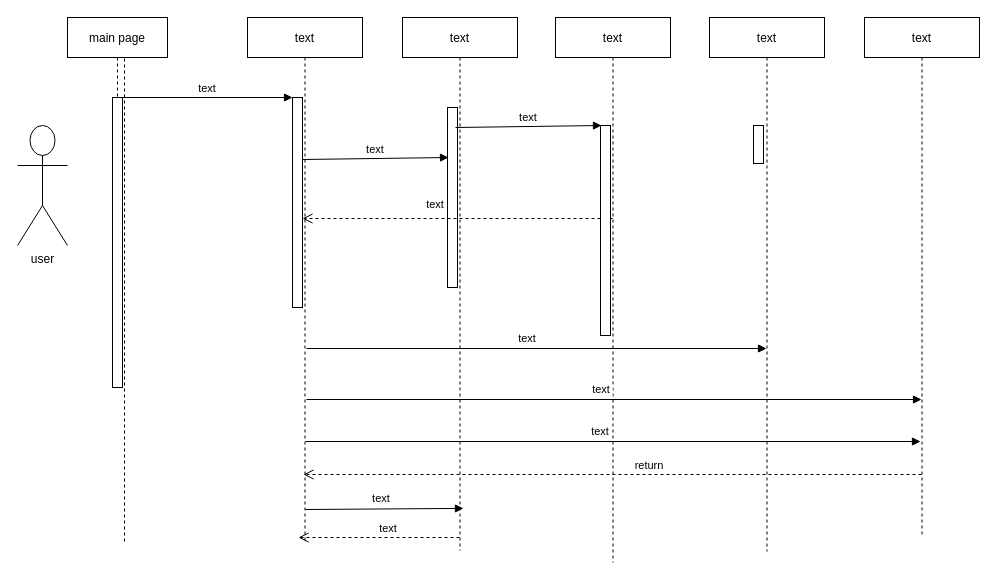
Earlier version of the draw.io diagram seqhcharge.drawio (shamaabuhassan/Charts). Source tidied: cells renumbered, new cells numbered last; positions are measured from the earlier drawing's top-left corner, leaving out a move shared by most shapes. Both pictures are drawn from the tidied source at 100%, with x=0, y=0 at pixel (17, 17).
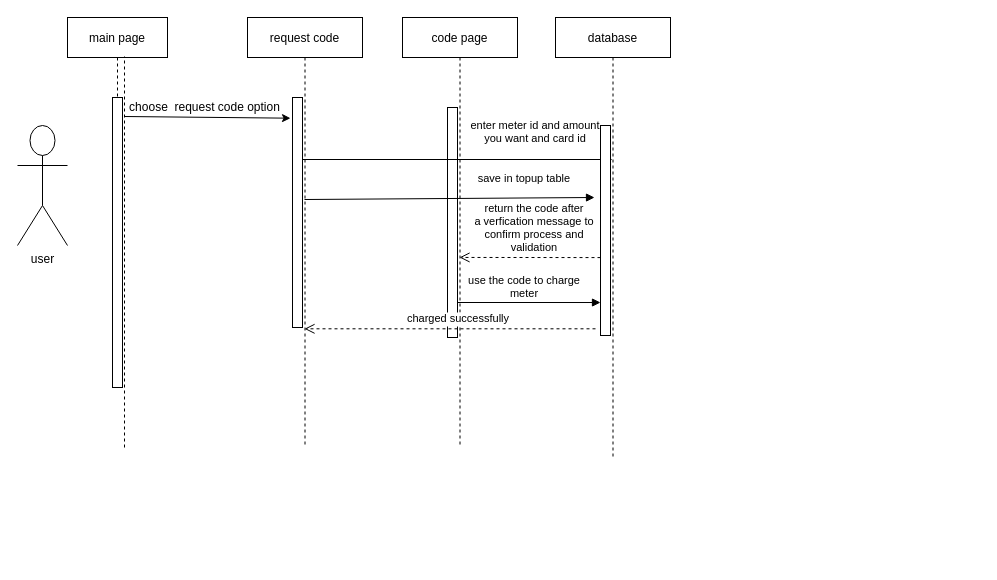
Above is the later version.

The change refers to these unchanged cells:
```xml
<mxCell id="3" style="points=[];perimeter=orthogonalPerimeter;rounded=0;shadow=0;strokeWidth=1;" parent="2" vertex="1">
  <mxGeometry x="45" y="80" width="10" height="290" as="geometry" />
</mxCell>
```

What changed in the source:
```diff
@@
-    <mxCell id="4" value="text" style="shape=umlLifeline;perimeter=lifelinePerimeter;rounded=0;shadow=0;strokeWidth=1;" parent="1" vertex="1">
-      <mxGeometry x="230" width="115" height="523" as="geometry" />
-    </mxCell>
-    <mxCell id="5" style="points=[];perimeter=orthogonalPerimeter;rounded=0;shadow=0;strokeWidth=1;" parent="4" vertex="1">
-      <mxGeometry x="45" y="80" width="10" height="210" as="geometry" />
-    </mxCell>
-    <mxCell id="6" value="return" style="verticalAlign=bottom;endArrow=open;dashed=1;endSize=8;shadow=0;strokeWidth=1;" parent="1" edge="1">
-      <mxGeometry x="-0.12" relative="1" as="geometry">
-        <mxPoint x="904" y="457" as="sourcePoint" />
-        <mxPoint x="286" y="457" as="targetPoint" />
-      </mxGeometry>
-    </mxCell>
-    <mxCell id="7" value="text" style="verticalAlign=bottom;endArrow=block;entryX=0;entryY=0;shadow=0;strokeWidth=1;" parent="1" edge="1" source="3" target="5">
-      <mxGeometry relative="1" as="geometry" />
-    </mxCell>
+    <mxCell id="25" value="request code" style="shape=umlLifeline;perimeter=lifelinePerimeter;rounded=0;shadow=0;strokeWidth=1;" parent="1" vertex="1">
+      <mxGeometry x="230" width="115" height="430" as="geometry" />
+    </mxCell>
+    <mxCell id="26" style="points=[];perimeter=orthogonalPerimeter;rounded=0;shadow=0;strokeWidth=1;" parent="25" vertex="1">
+      <mxGeometry x="45" y="80" width="10" height="230" as="geometry" />
+    </mxCell>
@@
-    <mxCell id="9" value="text" style="shape=umlLifeline;perimeter=lifelinePerimeter;rounded=0;shadow=0;strokeWidth=1;" parent="1" vertex="1">
-      <mxGeometry x="385" width="115" height="533" as="geometry" />
-    </mxCell>
-    <mxCell id="10" style="perimeter=orthogonalPerimeter;rounded=0;shadow=0;strokeWidth=1;" parent="9" vertex="1">
-      <mxGeometry x="45" y="90" width="10" height="180" as="geometry" />
-    </mxCell>
-    <mxCell id="11" value="text" style="verticalAlign=bottom;endArrow=block;shadow=0;strokeWidth=1;entryX=0.1;entryY=0.175;entryDx=0;entryDy=0;entryPerimeter=0;" parent="1" edge="1">
-      <mxGeometry relative="1" as="geometry">
-        <mxPoint x="285" y="142" as="sourcePoint" />
-        <mxPoint x="431" y="140" as="targetPoint" />
-      </mxGeometry>
-    </mxCell>
-    <mxCell id="12" value="text" style="verticalAlign=bottom;endArrow=open;dashed=1;endSize=8;shadow=0;strokeWidth=1;" parent="1" edge="1">
-      <mxGeometry x="0.14" y="-5" relative="1" as="geometry">
-        <mxPoint x="595" y="201" as="sourcePoint" />
-        <mxPoint x="285" y="201" as="targetPoint" />
-      </mxGeometry>
-    </mxCell>
-    <mxCell id="13" value="text" style="verticalAlign=bottom;endArrow=block;shadow=0;strokeWidth=1;" parent="1" edge="1" target="14">
-      <mxGeometry x="-0.04" y="1" relative="1" as="geometry">
-        <mxPoint x="289" y="331" as="sourcePoint" />
-      </mxGeometry>
-    </mxCell>
-    <mxCell id="14" value="text" style="shape=umlLifeline;perimeter=lifelinePerimeter;rounded=0;shadow=0;strokeWidth=1;" parent="1" vertex="1">
-      <mxGeometry x="692" width="115" height="534" as="geometry" />
-    </mxCell>
-    <mxCell id="15" style="perimeter=orthogonalPerimeter;rounded=0;shadow=0;strokeWidth=1;" parent="14" vertex="1">
-      <mxGeometry x="44" y="108" width="10" height="38" as="geometry" />
-    </mxCell>
-    <mxCell id="16" value="text" style="shape=umlLifeline;perimeter=lifelinePerimeter;rounded=0;shadow=0;strokeWidth=1;" parent="1" vertex="1">
-      <mxGeometry x="847" width="115" height="520" as="geometry" />
-    </mxCell>
-    <mxCell id="17" value="text" style="verticalAlign=bottom;endArrow=block;shadow=0;strokeWidth=1;entryX=0.1;entryY=0.175;entryDx=0;entryDy=0;entryPerimeter=0;" parent="1" edge="1">
-      <mxGeometry relative="1" as="geometry">
-        <mxPoint x="438" y="110" as="sourcePoint" />
-        <mxPoint x="584" y="108" as="targetPoint" />
-      </mxGeometry>
-    </mxCell>
-    <mxCell id="18" value="text" style="shape=umlLifeline;perimeter=lifelinePerimeter;rounded=0;shadow=0;strokeWidth=1;" parent="1" vertex="1">
-      <mxGeometry x="538" width="115" height="545" as="geometry" />
-    </mxCell>
+    <mxCell id="27" value="code page" style="shape=umlLifeline;perimeter=lifelinePerimeter;rounded=0;shadow=0;strokeWidth=1;" parent="1" vertex="1">
+      <mxGeometry x="385" width="115" height="430" as="geometry" />
+    </mxCell>
+    <mxCell id="28" style="perimeter=orthogonalPerimeter;rounded=0;shadow=0;strokeWidth=1;" parent="27" vertex="1">
+      <mxGeometry x="45" y="90" width="10" height="230" as="geometry" />
+    </mxCell>
+    <mxCell id="29" value="enter meter id and amount&#10;you want and card id" style="verticalAlign=bottom;endArrow=block;shadow=0;strokeWidth=1;" parent="1" edge="1" target="32">
+      <mxGeometry x="0.5" y="12" relative="1" as="geometry">
+        <mxPoint x="285" y="142" as="sourcePoint" />
+      </mxGeometry>
+    </mxCell>
+    <mxCell id="30" value="return the code after &#10;a verfication message to &#10;confirm process and &#10;validation" style="verticalAlign=bottom;endArrow=open;dashed=1;endSize=8;shadow=0;strokeWidth=1;entryX=0.496;entryY=0.558;entryDx=0;entryDy=0;entryPerimeter=0;exitX=0;exitY=0.629;exitDx=0;exitDy=0;exitPerimeter=0;" parent="1" edge="1" source="19" target="27">
+      <mxGeometry x="-0.06" y="-1" relative="1" as="geometry" />
+    </mxCell>
+    <mxCell id="31" value="use the code to charge&#10;meter" style="verticalAlign=bottom;endArrow=block;shadow=0;strokeWidth=1;entryX=0;entryY=0.843;entryDx=0;entryDy=0;entryPerimeter=0;" parent="1" edge="1" target="19">
+      <mxGeometry x="-0.06" relative="1" as="geometry">
+        <mxPoint x="440" y="285" as="sourcePoint" />
+      </mxGeometry>
+    </mxCell>
+    <mxCell id="32" value="database" style="shape=umlLifeline;perimeter=lifelinePerimeter;rounded=0;shadow=0;strokeWidth=1;" parent="1" vertex="1">
+      <mxGeometry x="538" width="115" height="440" as="geometry" />
+    </mxCell>
-    <mxCell id="19" style="points=[];perimeter=orthogonalPerimeter;rounded=0;shadow=0;strokeWidth=1;" parent="18" vertex="1">
+    <mxCell id="19" style="points=[];perimeter=orthogonalPerimeter;rounded=0;shadow=0;strokeWidth=1;" parent="32" vertex="1">
       <mxGeometry x="45" y="108" width="10" height="210" as="geometry" />
     </mxCell>
-    <mxCell id="20" style="endArrow=none;dashed=1;html=1;" parent="1" edge="1">
-      <mxGeometry relative="1" as="geometry">
-        <mxPoint x="107" y="524" as="sourcePoint" />
-        <mxPoint x="107" y="39" as="targetPoint" />
-      </mxGeometry>
-    </mxCell>
-    <mxCell id="21" value="text" style="verticalAlign=bottom;endArrow=open;dashed=1;endSize=8;shadow=0;strokeWidth=1;" parent="1" edge="1">
-      <mxGeometry x="-0.12" relative="1" as="geometry">
-        <mxPoint x="442" y="520" as="sourcePoint" />
-        <mxPoint x="281" y="520" as="targetPoint" />
-      </mxGeometry>
-    </mxCell>
-    <mxCell id="22" value="text" style="verticalAlign=bottom;endArrow=block;shadow=0;strokeWidth=1;entryX=0.53;entryY=0.921;entryDx=0;entryDy=0;entryPerimeter=0;" parent="1" edge="1" target="9">
-      <mxGeometry x="-0.04" y="1" relative="1" as="geometry">
-        <mxPoint x="288" y="492" as="sourcePoint" />
-      </mxGeometry>
-    </mxCell>
-    <mxCell id="23" value="text" style="verticalAlign=bottom;endArrow=block;shadow=0;strokeWidth=1;" parent="1" edge="1" target="16">
-      <mxGeometry x="-0.04" y="1" relative="1" as="geometry">
-        <mxPoint x="289" y="382" as="sourcePoint" />
-      </mxGeometry>
-    </mxCell>
-    <mxCell id="24" value="text" style="verticalAlign=bottom;endArrow=block;shadow=0;strokeWidth=1;" parent="1" edge="1">
-      <mxGeometry x="-0.04" y="1" relative="1" as="geometry">
-        <mxPoint x="288" y="424" as="sourcePoint" />
-        <mxPoint x="903" y="424" as="targetPoint" />
-      </mxGeometry>
-    </mxCell>
+    <mxCell id="33" style="endArrow=none;dashed=1;html=1;" parent="1" edge="1">
+      <mxGeometry relative="1" as="geometry">
+        <mxPoint x="107" y="430" as="sourcePoint" />
+        <mxPoint x="107" y="39" as="targetPoint" />
+      </mxGeometry>
+    </mxCell>
+    <mxCell id="34" style="endArrow=classic;html=1;entryX=-0.2;entryY=0.09;entryDx=0;entryDy=0;entryPerimeter=0;" parent="1" edge="1" target="26">
+      <mxGeometry relative="1" as="geometry">
+        <mxPoint x="107" y="99" as="sourcePoint" />
+      </mxGeometry>
+    </mxCell>
+    <mxCell id="35" value="choose&amp;nbsp; request code option" style="text;html=1;align=center;verticalAlign=middle;" parent="1" vertex="1">
+      <mxGeometry x="102" y="80" width="170" height="20" as="geometry" />
+    </mxCell>
+    <mxCell id="36" value="save in topup table" style="verticalAlign=bottom;endArrow=block;shadow=0;strokeWidth=1;" parent="1" edge="1">
+      <mxGeometry x="0.52" y="10" relative="1" as="geometry">
+        <mxPoint x="287" y="182" as="sourcePoint" />
+        <mxPoint x="577" y="180" as="targetPoint" />
+      </mxGeometry>
+    </mxCell>
+    <mxCell id="37" value="charged successfully" style="verticalAlign=bottom;endArrow=open;dashed=1;endSize=8;shadow=0;strokeWidth=1;exitX=0;exitY=0.629;exitDx=0;exitDy=0;exitPerimeter=0;" parent="1" edge="1" target="25">
+      <mxGeometry x="-0.06" y="-1" relative="1" as="geometry">
+        <mxPoint x="578" y="311.3" as="sourcePoint" />
+      </mxGeometry>
+    </mxCell>
```
